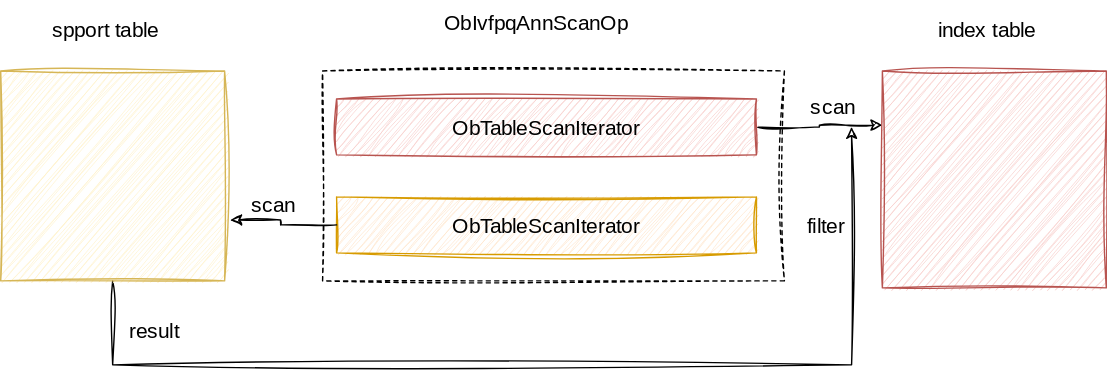
HollowMan6/My-OSPP-Summer keeps this draw.io diagram as 2024-24f5f0165/imgs/annop.svg. Above is the earlier version. Source tidied: cells renumbered, new cells last; positions are measured from the earlier drawing's top-left corner, leaving out a move shared by most shapes.
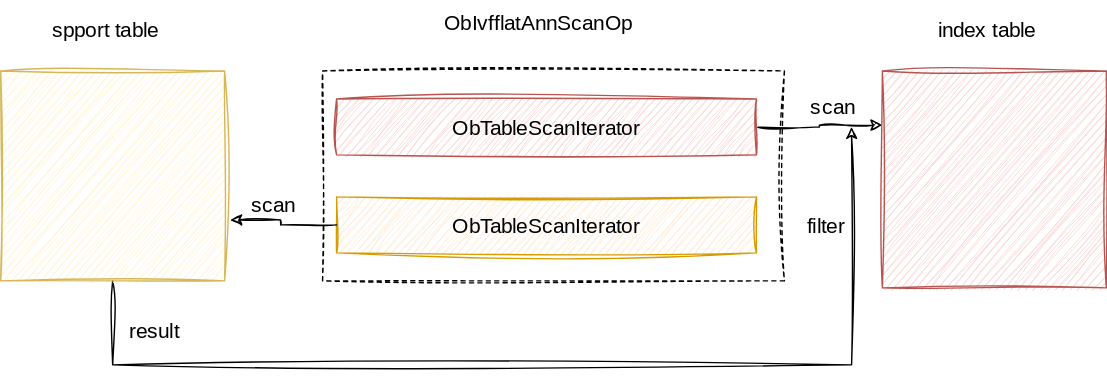
The same file after the commit.

What changed in the source:
```diff
@@ -14,7 +14,7 @@
     <mxCell id="5" value="ObTableScanIterator" style="rounded=0;whiteSpace=wrap;html=1;sketch=1;hachureGap=4;jiggle=2;curveFitting=1;fontFamily=Architects Daughter;fontSource=https%3A%2F%2Ffonts.googleapis.com%2Fcss%3Ffamily%3DArchitects%2BDaughter;fontSize=15;fillColor=#ffe6cc;strokeColor=#d79b00;" parent="1" vertex="1">
       <mxGeometry x="240" y="140" width="300" height="40" as="geometry" />
     </mxCell>
-    <mxCell id="6" value="ObIvfpqAnnScanOp" style="text;whiteSpace=wrap;fontFamily=Architects Daughter;fontSource=https%3A%2F%2Ffonts.googleapis.com%2Fcss%3Ffamily%3DArchitects%2BDaughter;fontSize=15;" parent="1" vertex="1">
+    <mxCell id="6" value="ObIvfflatAnnScanOp" style="text;whiteSpace=wrap;fontFamily=Architects Daughter;fontSource=https%3A%2F%2Ffonts.googleapis.com%2Fcss%3Ffamily%3DArchitects%2BDaughter;fontSize=15;" parent="1" vertex="1">
       <mxGeometry x="315" width="150" height="40" as="geometry" />
     </mxCell>
     <mxCell id="7" style="rounded=0;whiteSpace=wrap;html=1;sketch=1;hachureGap=4;jiggle=2;curveFitting=1;fontFamily=Architects Daughter;fontSource=https%3A%2F%2Ffonts.googleapis.com%2Fcss%3Ffamily%3DArchitects%2BDaughter;fontSize=15;fillColor=#f8cecc;strokeColor=#b85450;" parent="1" vertex="1">
```
